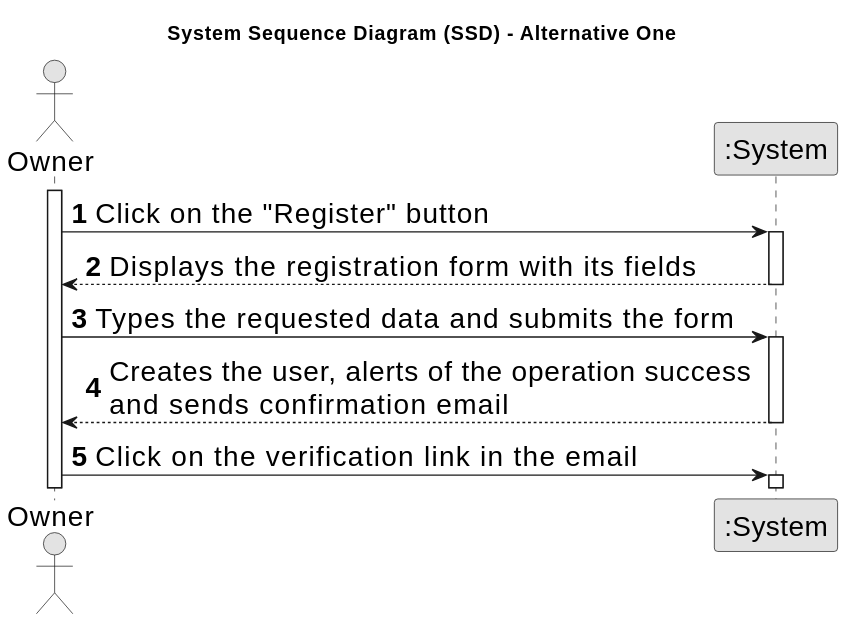
Before: docs/sprintB/us007/01.requirements-engineering/svg/us007-system-sequence-diagram-alternative-one.svg, a diagram exported from PlantUML (Goncalves2525/real-estate-management-system).
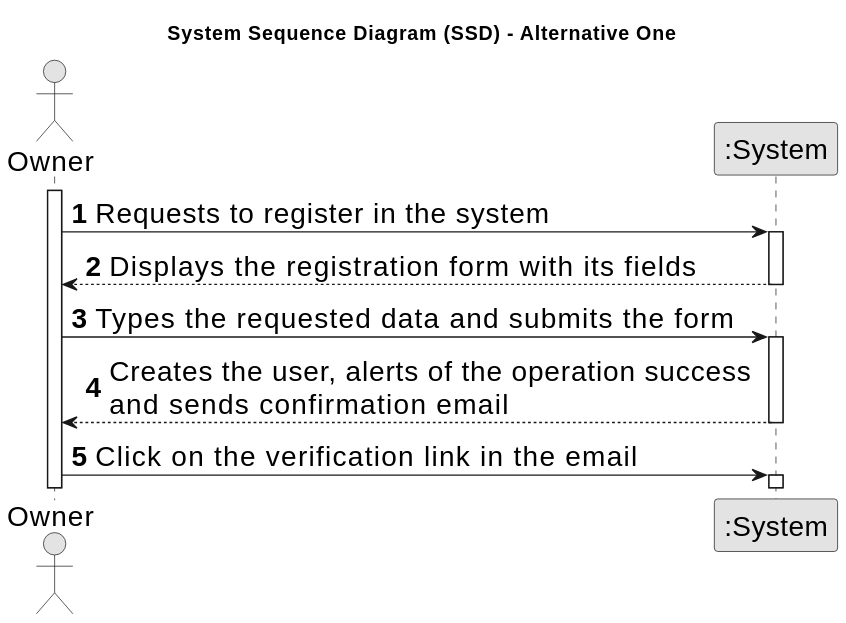
The same file after the commit.

Diff of the diagram source:
```diff
@@ -13,7 +13,7 @@
 
 activate Owner
 
-        Owner -> System : Click on the "Register" button
+        Owner -> System : Requests to register in the system
     activate System
 
         System --> Owner : Displays the registration form with its fields
```
